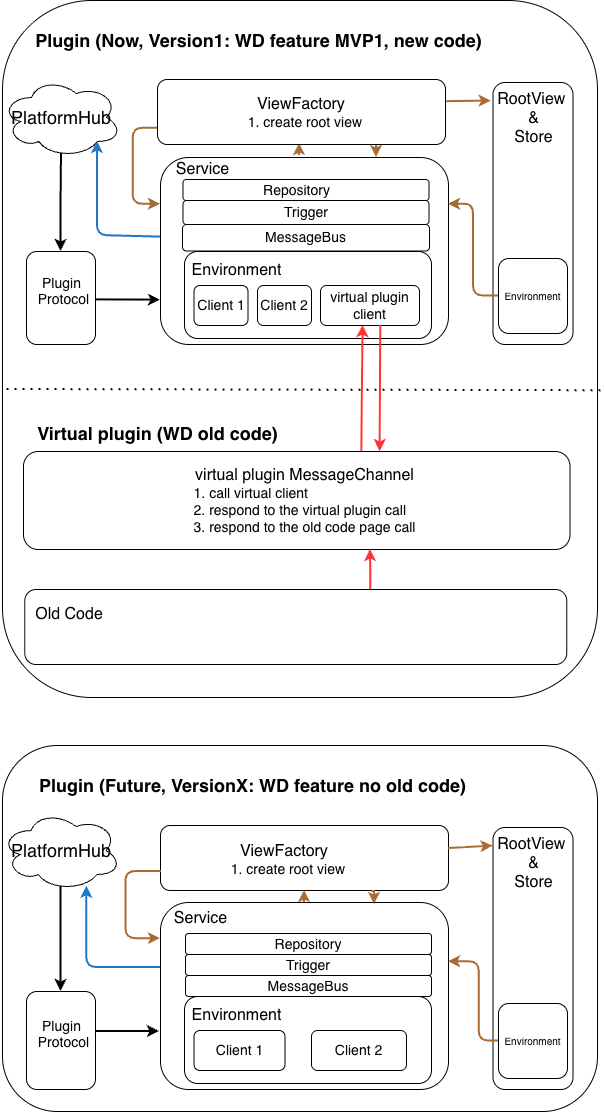
The draw.io diagram 架构图-新旧代码迁移图.drawio.white.png in SumiaFish/kevinyyhuangcc, before a commit. Source tidied: cells renumbered, new cells last; positions are measured from the earlier drawing's top-left corner, leaving out a move shared by most shapes.
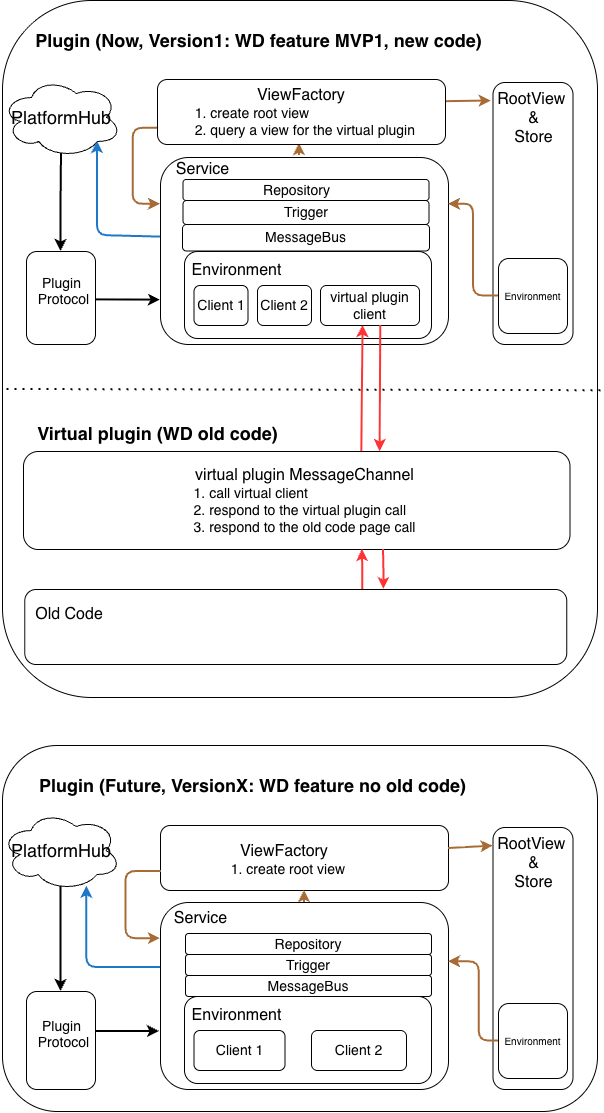
After the commit.

Diff of the diagram source:
```diff
@@ -58,8 +58,8 @@
     </mxCell>
     <mxCell id="19" style="edgeStyle=orthogonalEdgeStyle;rounded=0;orthogonalLoop=1;jettySize=auto;html=1;defaultLabelBackgroundColor=page;entryX=0.642;entryY=1;entryDx=0;entryDy=0;strokeColor=#FF3333;strokeWidth=2;" parent="1" edge="1">
       <mxGeometry x="0.84" relative="1" as="geometry">
-        <mxPoint x="370.2" y="589" as="sourcePoint" />
-        <mxPoint x="369.9" y="549" as="targetPoint" />
+        <mxPoint x="362.2" y="589" as="sourcePoint" />
+        <mxPoint x="361.9" y="549" as="targetPoint" />
       </mxGeometry>
     </mxCell>
     <mxCell id="20" style="rounded=1;whiteSpace=wrap;html=1;roundedPerimeter=1;" parent="1" vertex="1">
@@ -207,10 +207,7 @@
         <mxPoint x="299" y="143" as="targetPoint" />
       </mxGeometry>
     </mxCell>
-    <mxCell id="58" style="edgeStyle=orthogonalEdgeStyle;rounded=0;jettySize=auto;html=1;exitX=0.75;exitY=1;exitDx=0;exitDy=0;entryX=0.75;entryY=0;entryDx=0;entryDy=0;defaultLabelBackgroundColor=page;strokeWidth=2;strokeColor=#A76C36;" parent="1" edge="1" source="59" target="6">
-      <mxGeometry relative="1" as="geometry" />
-    </mxCell>
-    <mxCell id="59" value="&lt;font style=&quot;font-size: 16px;&quot;&gt;ViewFactory&lt;/font&gt;&lt;div style=&quot;text-align: left;&quot;&gt;&lt;font style=&quot;font-size: 14px;&quot;&gt;&amp;nbsp; 1. create root view&lt;/font&gt;&lt;/div&gt;" style="rounded=1;whiteSpace=wrap;html=1;roundedPerimeter=1;" parent="1" vertex="1">
+    <mxCell id="59" value="&lt;font style=&quot;font-size: 16px;&quot;&gt;ViewFactory&lt;/font&gt;&lt;div style=&quot;text-align: left;&quot;&gt;&lt;font style=&quot;font-size: 14px;&quot;&gt;&amp;nbsp; 1. create root view&lt;/font&gt;&lt;/div&gt;&lt;div style=&quot;text-align: left;&quot;&gt;&lt;font style=&quot;font-size: 14px;&quot;&gt;&amp;nbsp; 2. query a view for the virtual plugin&lt;/font&gt;&lt;/div&gt;" style="rounded=1;whiteSpace=wrap;html=1;roundedPerimeter=1;" parent="1" vertex="1">
       <mxGeometry x="157" y="79" width="288" height="65" as="geometry" />
     </mxCell>
     <mxCell id="60" value="&lt;span style=&quot;font-size: 14px;&quot;&gt;Trigger&lt;/span&gt;" style="rounded=1;whiteSpace=wrap;html=1;roundedPerimeter=1;" parent="1" vertex="1">
@@ -228,11 +225,11 @@
     <mxCell id="64" value="&lt;font style=&quot;font-size: 14px;&quot;&gt;MessageB&lt;/font&gt;&lt;span style=&quot;background-color: transparent; font-size: 14px;&quot;&gt;us&lt;/span&gt;" style="rounded=1;whiteSpace=wrap;html=1;roundedPerimeter=1;" parent="1" vertex="1">
       <mxGeometry x="185" y="975" width="246" height="21" as="geometry" />
     </mxCell>
-    <mxCell id="65" style="edgeStyle=orthogonalEdgeStyle;rounded=0;orthogonalLoop=1;jettySize=auto;html=1;exitX=0.75;exitY=1;exitDx=0;exitDy=0;entryX=0.75;entryY=0;entryDx=0;entryDy=0;defaultLabelBackgroundColor=page;strokeWidth=2;strokeColor=#A76C36;" parent="1" edge="1">
-      <mxGeometry relative="1" as="geometry">
-        <mxPoint x="371" y="891" as="sourcePoint" />
-        <mxPoint x="374" y="904" as="targetPoint" />
-      </mxGeometry>
-    </mxCell>
+    <mxCell id="66" style="edgeStyle=orthogonalEdgeStyle;rounded=0;orthogonalLoop=1;jettySize=auto;html=1;defaultLabelBackgroundColor=page;entryX=0.642;entryY=1;entryDx=0;entryDy=0;strokeColor=#FF3333;strokeWidth=2;endArrow=none;endFill=0;startArrow=classic;startFill=1;" parent="1" edge="1">
+      <mxGeometry x="0.83" relative="1" as="geometry">
+        <mxPoint x="383.4" y="589" as="sourcePoint" />
+        <mxPoint x="383" y="549" as="targetPoint" />
+      </mxGeometry>
+    </mxCell>
   </root>
 </mxGraphModel>
```
